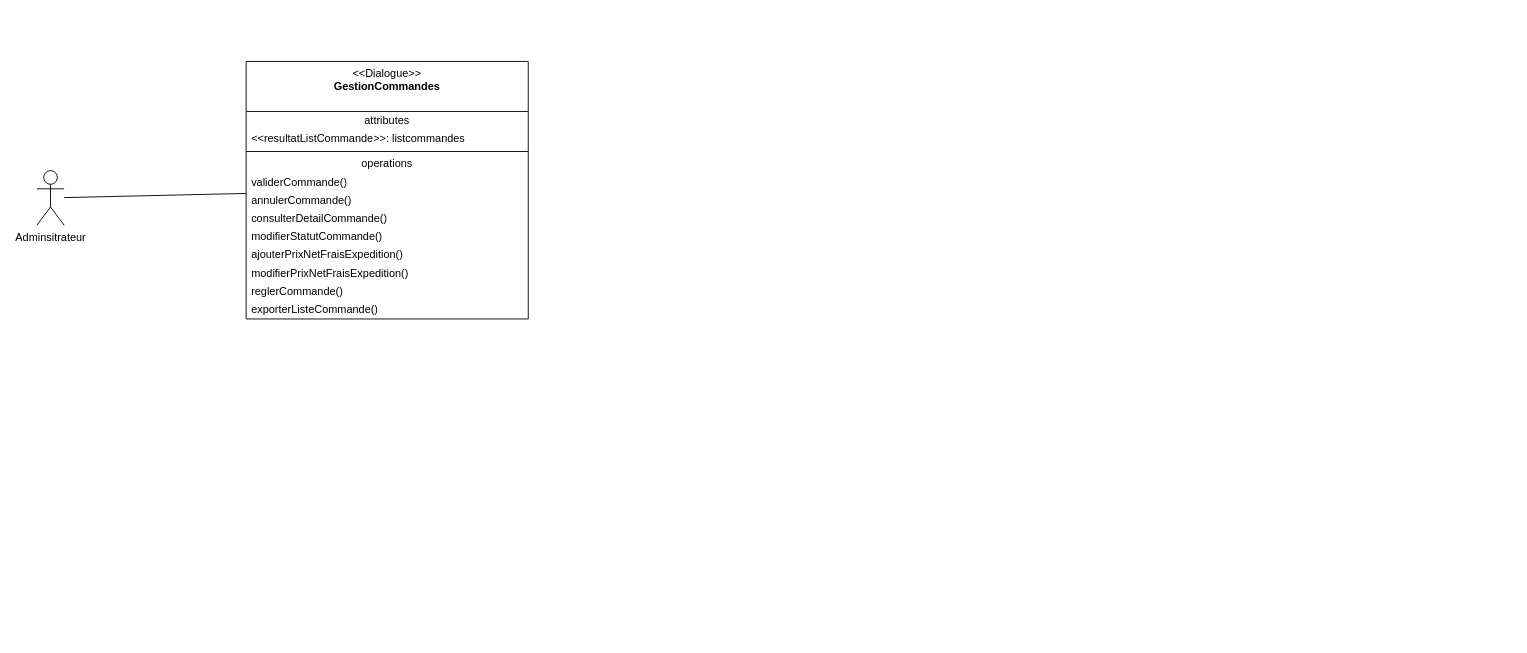
This is page "DCP-MFS-ADMINISTRATEURS" (4 of 5) of Diagramme_MyFrench_Shop.drawio from kbvac/Diagramme-UML, a draw.io file, before an edit. Source tidied: cells renumbered, new cells numbered last; positions are measured from the earlier drawing's top-left corner, leaving out a move shared by most shapes. Both pictures are drawn from the tidied source at 91%, with x=0, y=0 at pixel (36, 61).
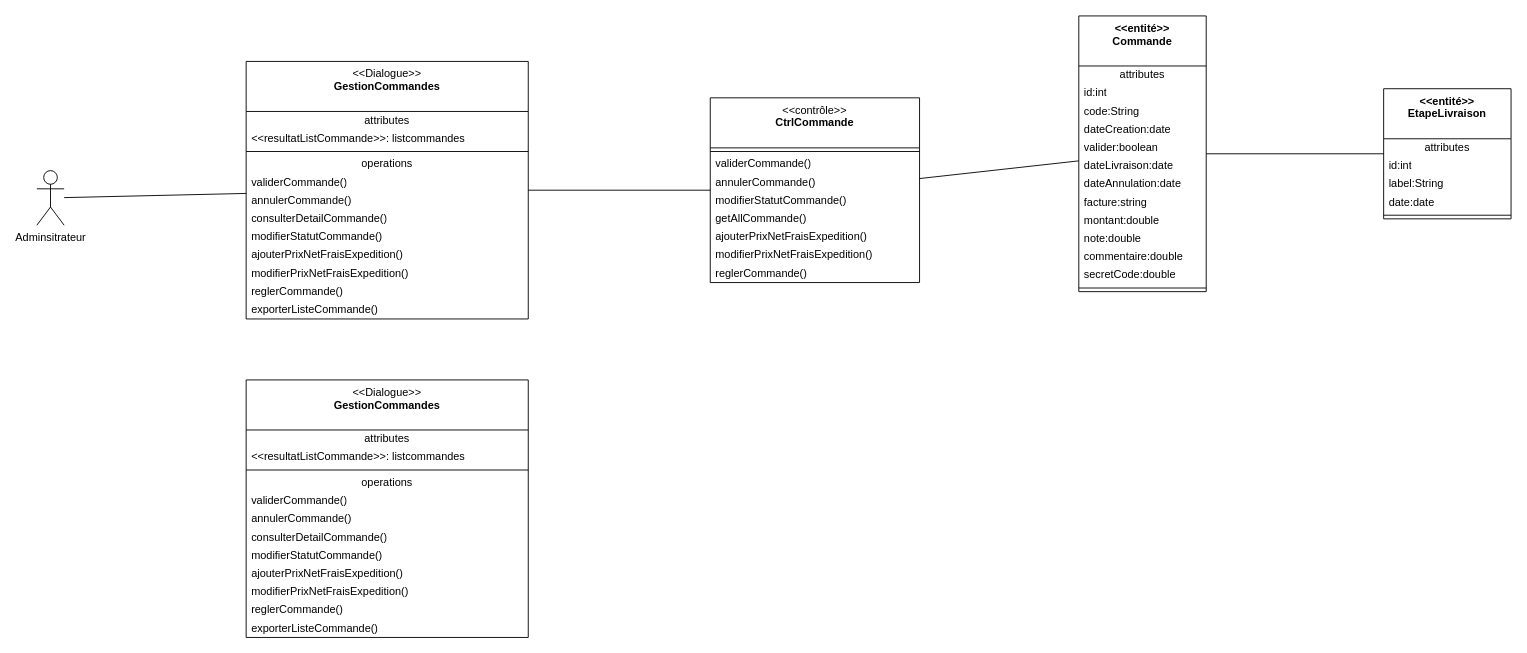
Above is the later version.

The change refers to these unchanged cells:
```xml
<mxCell id="3" value="&amp;lt;&amp;lt;Dialogue&amp;gt;&amp;gt;&lt;br&gt;&lt;b&gt;GestionCommandes&lt;/b&gt;" style="swimlane;fontStyle=0;align=center;verticalAlign=top;horizontal=1;startSize=55;html=1;whiteSpace=wrap;" parent="1" vertex="1">
  <mxGeometry x="230" width="310" height="283" as="geometry" />
</mxCell>
```

Diff of the diagram source:
```diff
@@
+    <mxCell id="17" value="&amp;lt;&amp;lt;contrôle&amp;gt;&amp;gt;&lt;br&gt;&lt;b&gt;CtrlCommande&lt;/b&gt;" style="swimlane;fontStyle=0;align=center;verticalAlign=top;horizontal=1;startSize=55;html=1;whiteSpace=wrap;" parent="1" vertex="1">
+      <mxGeometry x="740" y="40" width="230" height="203" as="geometry" />
+    </mxCell>
+    <mxCell id="18" style="line;strokeWidth=1;fillColor=none;align=left;verticalAlign=middle;spacingTop=-1;spacingLeft=3;spacingRight=3;labelPosition=right;" parent="17" vertex="1">
+      <mxGeometry y="55" width="230" height="8" as="geometry" />
+    </mxCell>
+    <mxCell id="19" value="validerCommande()" style="text;html=1;strokeColor=none;fillColor=none;align=left;verticalAlign=middle;spacingLeft=4;spacingRight=4;overflow=hidden;whiteSpace=wrap;" parent="17" vertex="1">
+      <mxGeometry y="63" width="230" height="20" as="geometry" />
+    </mxCell>
+    <mxCell id="20" value="annulerCommande()" style="text;html=1;strokeColor=none;fillColor=none;align=left;verticalAlign=middle;spacingLeft=4;spacingRight=4;overflow=hidden;whiteSpace=wrap;" parent="17" vertex="1">
+      <mxGeometry y="83" width="230" height="20" as="geometry" />
+    </mxCell>
+    <mxCell id="21" value="modifierStatutCommande()" style="text;html=1;strokeColor=none;fillColor=none;align=left;verticalAlign=middle;spacingLeft=4;spacingRight=4;overflow=hidden;whiteSpace=wrap;" parent="17" vertex="1">
+      <mxGeometry y="103" width="230" height="20" as="geometry" />
+    </mxCell>
+    <mxCell id="22" value="getAllCommande()" style="text;html=1;strokeColor=none;fillColor=none;align=left;verticalAlign=middle;spacingLeft=4;spacingRight=4;overflow=hidden;whiteSpace=wrap;" parent="17" vertex="1">
+      <mxGeometry y="123" width="230" height="20" as="geometry" />
+    </mxCell>
+    <mxCell id="23" value="ajouterPrixNetFraisExpedition()" style="text;html=1;strokeColor=none;fillColor=none;align=left;verticalAlign=middle;spacingLeft=4;spacingRight=4;overflow=hidden;whiteSpace=wrap;" parent="17" vertex="1">
+      <mxGeometry y="143" width="230" height="20" as="geometry" />
+    </mxCell>
+    <mxCell id="24" value="modifierPrixNetFraisExpedition()" style="text;html=1;strokeColor=none;fillColor=none;align=left;verticalAlign=middle;spacingLeft=4;spacingRight=4;overflow=hidden;whiteSpace=wrap;" parent="17" vertex="1">
+      <mxGeometry y="163" width="230" height="20" as="geometry" />
+    </mxCell>
+    <mxCell id="25" value="reglerCommande()" style="text;html=1;strokeColor=none;fillColor=none;align=left;verticalAlign=middle;spacingLeft=4;spacingRight=4;overflow=hidden;whiteSpace=wrap;" parent="17" vertex="1">
+      <mxGeometry y="183" width="230" height="20" as="geometry" />
+    </mxCell>
+    <mxCell id="26" style="endArrow=none;startArrow=none;endFill=0;startFill=0;endSize=8;html=1;verticalAlign=bottom;labelBackgroundColor=none;strokeWidth=1;rounded=0;" parent="1" edge="1" source="3" target="17">
+      <mxGeometry relative="1" as="geometry" />
+    </mxCell>
+    <mxCell id="27" value="&amp;lt;&amp;lt;entité&amp;gt;&amp;gt;&lt;br&gt;&lt;span&gt;Commande&lt;/span&gt;" style="swimlane;fontStyle=1;align=center;verticalAlign=top;horizontal=1;startSize=55;html=1;whiteSpace=wrap;" parent="1" vertex="1">
+      <mxGeometry x="1145" y="-50" width="140" height="303" as="geometry" />
+    </mxCell>
+    <mxCell id="28" value="attributes" style="text;html=1;strokeColor=none;fillColor=none;align=center;verticalAlign=middle;spacingLeft=4;spacingRight=4;overflow=hidden;whiteSpace=wrap;" parent="27" vertex="1">
+      <mxGeometry y="55" width="140" height="20" as="geometry" />
+    </mxCell>
+    <mxCell id="29" value="id:int" style="text;html=1;strokeColor=none;fillColor=none;align=left;verticalAlign=middle;spacingLeft=4;spacingRight=4;overflow=hidden;whiteSpace=wrap;" parent="27" vertex="1">
+      <mxGeometry y="75" width="140" height="20" as="geometry" />
+    </mxCell>
+    <mxCell id="30" value="code:String" style="text;html=1;strokeColor=none;fillColor=none;align=left;verticalAlign=middle;spacingLeft=4;spacingRight=4;overflow=hidden;whiteSpace=wrap;" parent="27" vertex="1">
+      <mxGeometry y="95" width="140" height="20" as="geometry" />
+    </mxCell>
+    <mxCell id="31" value="dateCreation:date" style="text;html=1;strokeColor=none;fillColor=none;align=left;verticalAlign=middle;spacingLeft=4;spacingRight=4;overflow=hidden;whiteSpace=wrap;" parent="27" vertex="1">
+      <mxGeometry y="115" width="140" height="20" as="geometry" />
+    </mxCell>
+    <mxCell id="32" value="valider:boolean" style="text;html=1;strokeColor=none;fillColor=none;align=left;verticalAlign=middle;spacingLeft=4;spacingRight=4;overflow=hidden;whiteSpace=wrap;" parent="27" vertex="1">
+      <mxGeometry y="135" width="140" height="20" as="geometry" />
+    </mxCell>
+    <mxCell id="33" value="dateLivraison:date" style="text;html=1;strokeColor=none;fillColor=none;align=left;verticalAlign=middle;spacingLeft=4;spacingRight=4;overflow=hidden;whiteSpace=wrap;" parent="27" vertex="1">
+      <mxGeometry y="155" width="140" height="20" as="geometry" />
+    </mxCell>
+    <mxCell id="34" value="dateAnnulation:date" style="text;html=1;strokeColor=none;fillColor=none;align=left;verticalAlign=middle;spacingLeft=4;spacingRight=4;overflow=hidden;whiteSpace=wrap;" parent="27" vertex="1">
+      <mxGeometry y="175" width="140" height="20" as="geometry" />
+    </mxCell>
+    <mxCell id="35" value="facture:string" style="text;html=1;strokeColor=none;fillColor=none;align=left;verticalAlign=middle;spacingLeft=4;spacingRight=4;overflow=hidden;whiteSpace=wrap;" parent="27" vertex="1">
+      <mxGeometry y="195" width="140" height="20" as="geometry" />
+    </mxCell>
+    <mxCell id="36" value="montant:double" style="text;html=1;strokeColor=none;fillColor=none;align=left;verticalAlign=middle;spacingLeft=4;spacingRight=4;overflow=hidden;whiteSpace=wrap;" parent="27" vertex="1">
+      <mxGeometry y="215" width="140" height="20" as="geometry" />
+    </mxCell>
+    <mxCell id="37" value="note:double" style="text;html=1;strokeColor=none;fillColor=none;align=left;verticalAlign=middle;spacingLeft=4;spacingRight=4;overflow=hidden;whiteSpace=wrap;" parent="27" vertex="1">
+      <mxGeometry y="235" width="140" height="20" as="geometry" />
+    </mxCell>
+    <mxCell id="38" value="commentaire:double" style="text;html=1;strokeColor=none;fillColor=none;align=left;verticalAlign=middle;spacingLeft=4;spacingRight=4;overflow=hidden;whiteSpace=wrap;" parent="27" vertex="1">
+      <mxGeometry y="255" width="140" height="20" as="geometry" />
+    </mxCell>
+    <mxCell id="39" value="secretCode:double" style="text;html=1;strokeColor=none;fillColor=none;align=left;verticalAlign=middle;spacingLeft=4;spacingRight=4;overflow=hidden;whiteSpace=wrap;" parent="27" vertex="1">
+      <mxGeometry y="275" width="140" height="20" as="geometry" />
+    </mxCell>
+    <mxCell id="40" style="line;strokeWidth=1;fillColor=none;align=left;verticalAlign=middle;spacingTop=-1;spacingLeft=3;spacingRight=3;labelPosition=right;" parent="27" vertex="1">
+      <mxGeometry y="295" width="140" height="8" as="geometry" />
+    </mxCell>
+    <mxCell id="41" value="&amp;lt;&amp;lt;entité&amp;gt;&amp;gt;&lt;br&gt;&lt;span&gt;EtapeLivraison&lt;/span&gt;" style="swimlane;fontStyle=1;align=center;verticalAlign=top;horizontal=1;startSize=55;html=1;whiteSpace=wrap;" parent="1" vertex="1">
+      <mxGeometry x="1480" y="30" width="140" height="143" as="geometry" />
+    </mxCell>
+    <mxCell id="42" value="attributes" style="text;html=1;strokeColor=none;fillColor=none;align=center;verticalAlign=middle;spacingLeft=4;spacingRight=4;overflow=hidden;whiteSpace=wrap;" parent="41" vertex="1">
+      <mxGeometry y="55" width="140" height="20" as="geometry" />
+    </mxCell>
+    <mxCell id="43" value="id:int" style="text;html=1;strokeColor=none;fillColor=none;align=left;verticalAlign=middle;spacingLeft=4;spacingRight=4;overflow=hidden;whiteSpace=wrap;" parent="41" vertex="1">
+      <mxGeometry y="75" width="140" height="20" as="geometry" />
+    </mxCell>
+    <mxCell id="44" value="label:String" style="text;html=1;strokeColor=none;fillColor=none;align=left;verticalAlign=middle;spacingLeft=4;spacingRight=4;overflow=hidden;whiteSpace=wrap;" parent="41" vertex="1">
+      <mxGeometry y="95" width="140" height="20" as="geometry" />
+    </mxCell>
+    <mxCell id="45" value="date:date" style="text;html=1;strokeColor=none;fillColor=none;align=left;verticalAlign=middle;spacingLeft=4;spacingRight=4;overflow=hidden;whiteSpace=wrap;" parent="41" vertex="1">
+      <mxGeometry y="115" width="140" height="20" as="geometry" />
+    </mxCell>
+    <mxCell id="46" style="line;strokeWidth=1;fillColor=none;align=left;verticalAlign=middle;spacingTop=-1;spacingLeft=3;spacingRight=3;labelPosition=right;" parent="41" vertex="1">
+      <mxGeometry y="135" width="140" height="8" as="geometry" />
+    </mxCell>
+    <mxCell id="47" style="endArrow=none;startArrow=none;endFill=0;startFill=0;endSize=8;html=1;verticalAlign=bottom;labelBackgroundColor=none;strokeWidth=1;rounded=0;" parent="1" edge="1" source="41" target="27">
+      <mxGeometry relative="1" as="geometry" />
+    </mxCell>
+    <mxCell id="48" style="endArrow=none;startArrow=none;endFill=0;startFill=0;endSize=8;html=1;verticalAlign=bottom;labelBackgroundColor=none;strokeWidth=1;rounded=0;" parent="1" edge="1" source="27" target="17">
+      <mxGeometry relative="1" as="geometry" />
+    </mxCell>
+    <mxCell id="49" value="&amp;lt;&amp;lt;Dialogue&amp;gt;&amp;gt;&lt;br&gt;&lt;b&gt;GestionCommandes&lt;/b&gt;" style="swimlane;fontStyle=0;align=center;verticalAlign=top;horizontal=1;startSize=55;html=1;whiteSpace=wrap;" parent="1" vertex="1">
+      <mxGeometry x="230" y="350" width="310" height="283" as="geometry" />
+    </mxCell>
+    <mxCell id="50" value="attributes" style="text;html=1;strokeColor=none;fillColor=none;align=center;verticalAlign=middle;spacingLeft=4;spacingRight=4;overflow=hidden;whiteSpace=wrap;" parent="49" vertex="1">
+      <mxGeometry y="55" width="310" height="20" as="geometry" />
+    </mxCell>
+    <mxCell id="51" value="&amp;lt;&amp;lt;resultatListCommande&amp;gt;&amp;gt;: listcommandes" style="text;html=1;strokeColor=none;fillColor=none;align=left;verticalAlign=middle;spacingLeft=4;spacingRight=4;overflow=hidden;whiteSpace=wrap;" parent="49" vertex="1">
+      <mxGeometry y="75" width="310" height="20" as="geometry" />
+    </mxCell>
+    <mxCell id="52" style="line;strokeWidth=1;fillColor=none;align=left;verticalAlign=middle;spacingTop=-1;spacingLeft=3;spacingRight=3;labelPosition=right;" parent="49" vertex="1">
+      <mxGeometry y="95" width="310" height="8" as="geometry" />
+    </mxCell>
+    <mxCell id="53" value="operations" style="text;html=1;strokeColor=none;fillColor=none;align=center;verticalAlign=middle;spacingLeft=4;spacingRight=4;overflow=hidden;whiteSpace=wrap;" parent="49" vertex="1">
+      <mxGeometry y="103" width="310" height="20" as="geometry" />
+    </mxCell>
+    <mxCell id="54" value="validerCommande()" style="text;html=1;strokeColor=none;fillColor=none;align=left;verticalAlign=middle;spacingLeft=4;spacingRight=4;overflow=hidden;whiteSpace=wrap;" parent="49" vertex="1">
+      <mxGeometry y="123" width="310" height="20" as="geometry" />
+    </mxCell>
+    <mxCell id="55" value="annulerCommande()" style="text;html=1;strokeColor=none;fillColor=none;align=left;verticalAlign=middle;spacingLeft=4;spacingRight=4;overflow=hidden;whiteSpace=wrap;" parent="49" vertex="1">
+      <mxGeometry y="143" width="310" height="20" as="geometry" />
+    </mxCell>
+    <mxCell id="56" value="consulterDetailCommande()" style="text;html=1;strokeColor=none;fillColor=none;align=left;verticalAlign=middle;spacingLeft=4;spacingRight=4;overflow=hidden;whiteSpace=wrap;" parent="49" vertex="1">
+      <mxGeometry y="163" width="310" height="20" as="geometry" />
+    </mxCell>
+    <mxCell id="57" value="modifierStatutCommande()" style="text;html=1;strokeColor=none;fillColor=none;align=left;verticalAlign=middle;spacingLeft=4;spacingRight=4;overflow=hidden;whiteSpace=wrap;" parent="49" vertex="1">
+      <mxGeometry y="183" width="310" height="20" as="geometry" />
+    </mxCell>
+    <mxCell id="58" value="ajouterPrixNetFraisExpedition()" style="text;html=1;strokeColor=none;fillColor=none;align=left;verticalAlign=middle;spacingLeft=4;spacingRight=4;overflow=hidden;whiteSpace=wrap;" parent="49" vertex="1">
+      <mxGeometry y="203" width="310" height="20" as="geometry" />
+    </mxCell>
+    <mxCell id="59" value="modifierPrixNetFraisExpedition()" style="text;html=1;strokeColor=none;fillColor=none;align=left;verticalAlign=middle;spacingLeft=4;spacingRight=4;overflow=hidden;whiteSpace=wrap;" parent="49" vertex="1">
+      <mxGeometry y="223" width="310" height="20" as="geometry" />
+    </mxCell>
+    <mxCell id="60" value="reglerCommande()" style="text;html=1;strokeColor=none;fillColor=none;align=left;verticalAlign=middle;spacingLeft=4;spacingRight=4;overflow=hidden;whiteSpace=wrap;" parent="49" vertex="1">
+      <mxGeometry y="243" width="310" height="20" as="geometry" />
+    </mxCell>
+    <mxCell id="61" value="exporterListeCommande()" style="text;html=1;strokeColor=none;fillColor=none;align=left;verticalAlign=middle;spacingLeft=4;spacingRight=4;overflow=hidden;whiteSpace=wrap;" parent="49" vertex="1">
+      <mxGeometry y="263" width="310" height="20" as="geometry" />
+    </mxCell>
```
